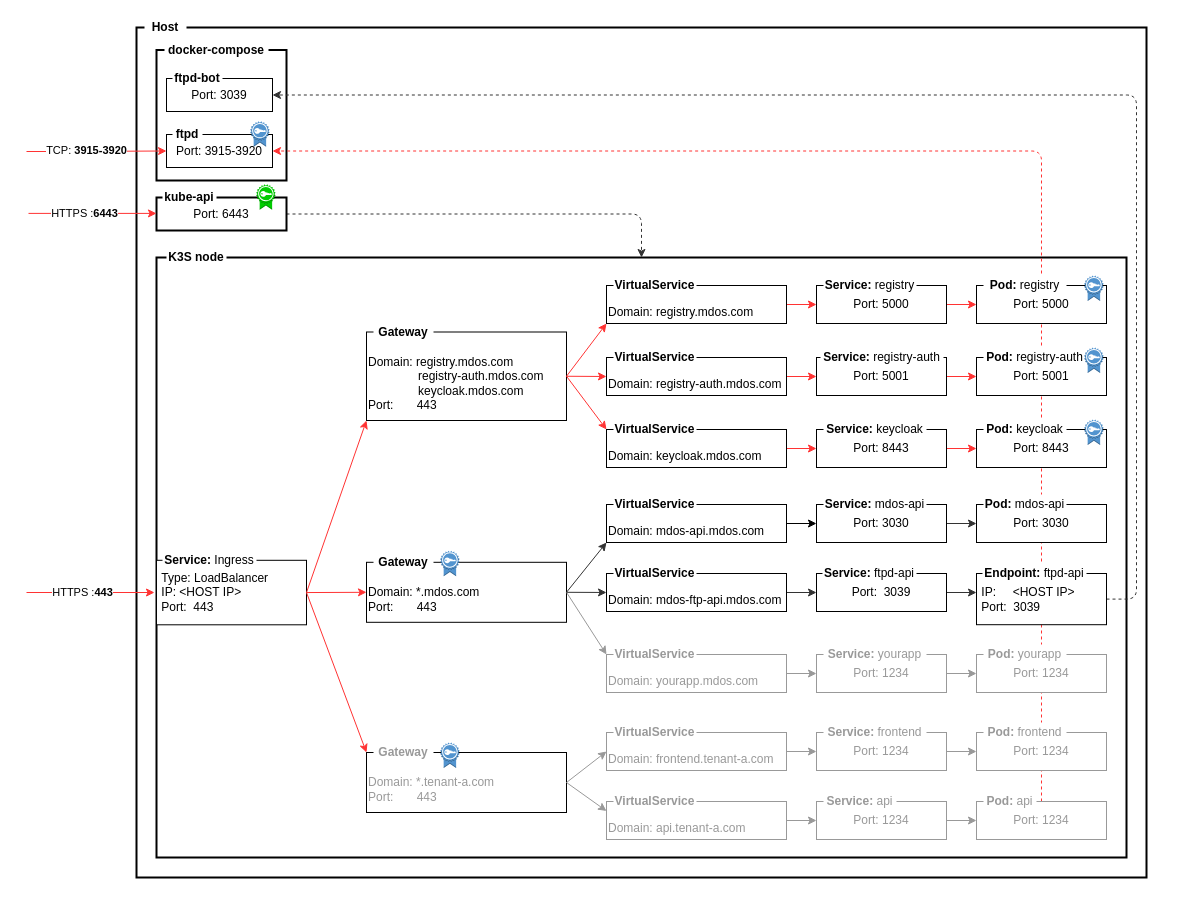
Before: page "Networking" (5 of 5) of mdos-docs/architecture.drawio in mdundek/mdos, a draw.io diagram. Source tidied: cells renumbered, new cells numbered last; positions are measured from the earlier drawing's top-left corner, leaving out a move shared by most shapes. Both pictures are drawn from the tidied source at 100%, with x=0, y=0 at pixel (26, 17).
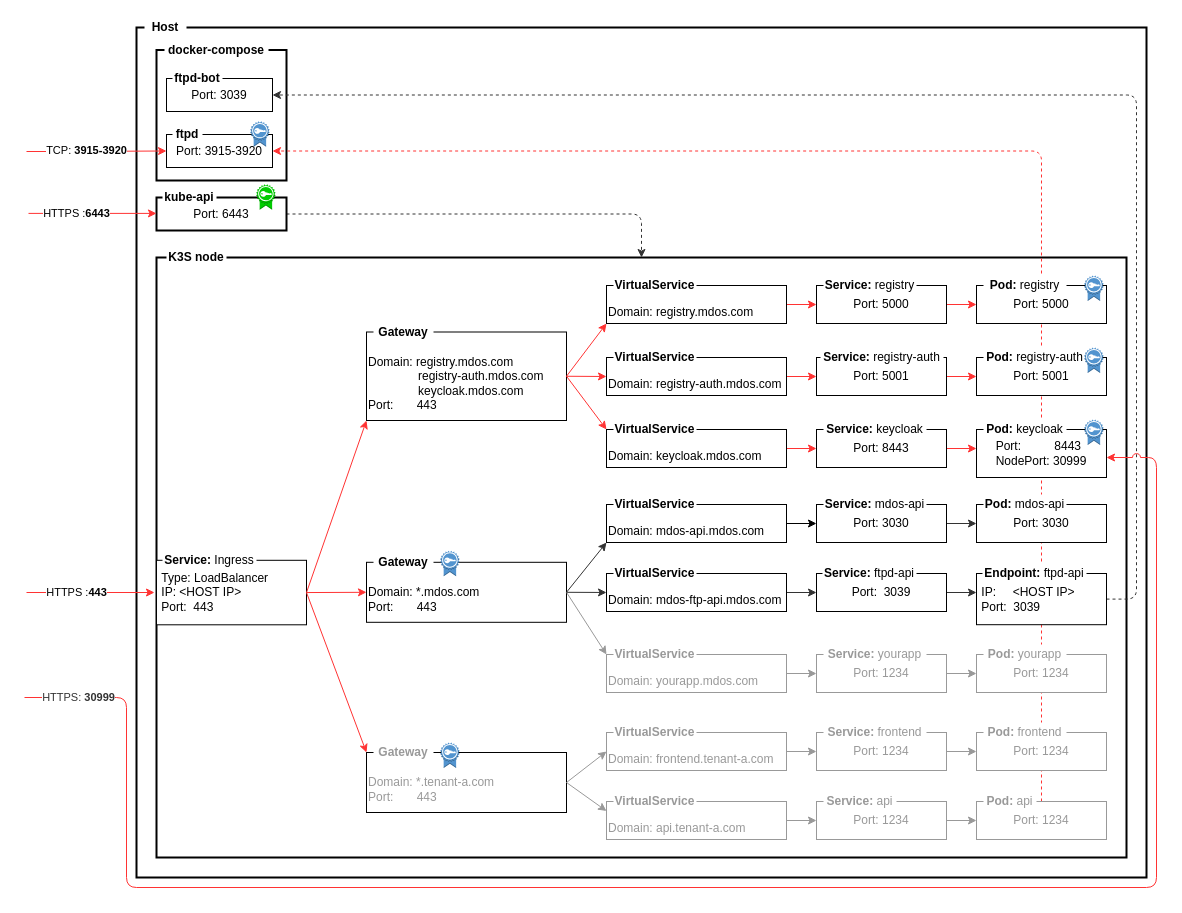
Above is the later version.

The change refers to these unchanged cells:
```xml
<mxCell id="54" value="&lt;div style=&quot;text-align: left;&quot;&gt;&lt;span style=&quot;background-color: initial;&quot;&gt;Port: 8443&lt;/span&gt;&lt;br&gt;&lt;/div&gt;" style="rounded=0;whiteSpace=wrap;html=1;fillColor=default;" parent="1" vertex="1">
  <mxGeometry x="790" y="412" width="130" height="38" as="geometry" />
</mxCell>
```

The edit, as a diff of the source:
```diff
@@
-    <mxCell id="53" style="edgeStyle=orthogonalEdgeStyle;rounded=0;jettySize=auto;html=1;strokeColor=#FF3333;" parent="1" edge="1" source="54" target="101">
-      <mxGeometry relative="1" as="geometry" />
+    <mxCell id="53" style="edgeStyle=orthogonalEdgeStyle;rounded=1;jumpStyle=arc;jumpSize=8;jettySize=auto;html=1;strokeColor=#FF3333;fontColor=#333333;" parent="1" edge="1" source="54" target="101">
+      <mxGeometry relative="1" as="geometry">
+        <Array as="points">
+          <mxPoint x="940" y="431" />
+          <mxPoint x="940" y="431" />
+        </Array>
+      </mxGeometry>
     </mxCell>
@@
     <mxCell id="83" value="HTTPS :&lt;b&gt;443&lt;/b&gt;" style="endArrow=classic;html=1;rounded=0;strokeColor=#FF3333;entryX=0;entryY=0.5;entryDx=0;entryDy=0;" parent="1" edge="1">
-      <mxGeometry x="-0.12" relative="1" as="geometry">
+      <mxGeometry x="-0.22" relative="1" as="geometry">
         <mxPoint y="575" as="sourcePoint" />
         <mxPoint x="128" y="575" as="targetPoint" />
       </mxGeometry>
     </mxCell>
@@
     <mxCell id="87" value="HTTPS :&lt;b&gt;6443&lt;/b&gt;" style="endArrow=classic;html=1;rounded=0;strokeColor=#FF3333;entryX=0;entryY=0.5;entryDx=0;entryDy=0;" parent="1" edge="1">
-      <mxGeometry x="-0.12" relative="1" as="geometry">
+      <mxGeometry x="-0.25" relative="1" as="geometry">
         <mxPoint x="2" y="195.9" as="sourcePoint" />
         <mxPoint x="130" y="195.9" as="targetPoint" />
       </mxGeometry>
     </mxCell>
@@
+    <mxCell id="110" value="HTTPS:&amp;nbsp;&lt;b&gt;30999&lt;/b&gt;" style="edgeStyle=orthogonalEdgeStyle;rounded=1;jumpStyle=arc;jumpSize=8;jettySize=auto;html=1;strokeColor=#FF3333;fontColor=#333333;startArrow=classic;startFill=1;endArrow=none;endFill=0;" parent="1" edge="1" source="101">
+      <mxGeometry x="0.94" relative="1" as="geometry">
+        <mxPoint x="-2" y="680" as="targetPoint" />
+        <Array as="points">
+          <mxPoint x="1130" y="440" />
+          <mxPoint x="1130" y="870" />
+          <mxPoint x="100" y="870" />
+          <mxPoint x="100" y="680" />
+        </Array>
+      </mxGeometry>
+    </mxCell>
-    <mxCell id="101" value="&lt;div style=&quot;text-align: left;&quot;&gt;&lt;span style=&quot;background-color: initial;&quot;&gt;Port: 8443&lt;/span&gt;&lt;br&gt;&lt;/div&gt;" style="rounded=0;whiteSpace=wrap;html=1;fillColor=default;" parent="1" vertex="1">
-      <mxGeometry x="950" y="412" width="130" height="38" as="geometry" />
+    <mxCell id="101" value="&lt;div style=&quot;text-align: left;&quot;&gt;&lt;span style=&quot;background-color: initial;&quot;&gt;Port:&amp;nbsp; &amp;nbsp; &amp;nbsp; &amp;nbsp; &amp;nbsp; 8443&lt;/span&gt;&lt;br&gt;&lt;/div&gt;&lt;div style=&quot;text-align: left;&quot;&gt;&lt;span style=&quot;background-color: initial;&quot;&gt;NodePort: 30999&lt;/span&gt;&lt;/div&gt;" style="rounded=0;whiteSpace=wrap;html=1;fillColor=default;" parent="1" vertex="1">
+      <mxGeometry x="950" y="412" width="130" height="48" as="geometry" />
     </mxCell>
```
